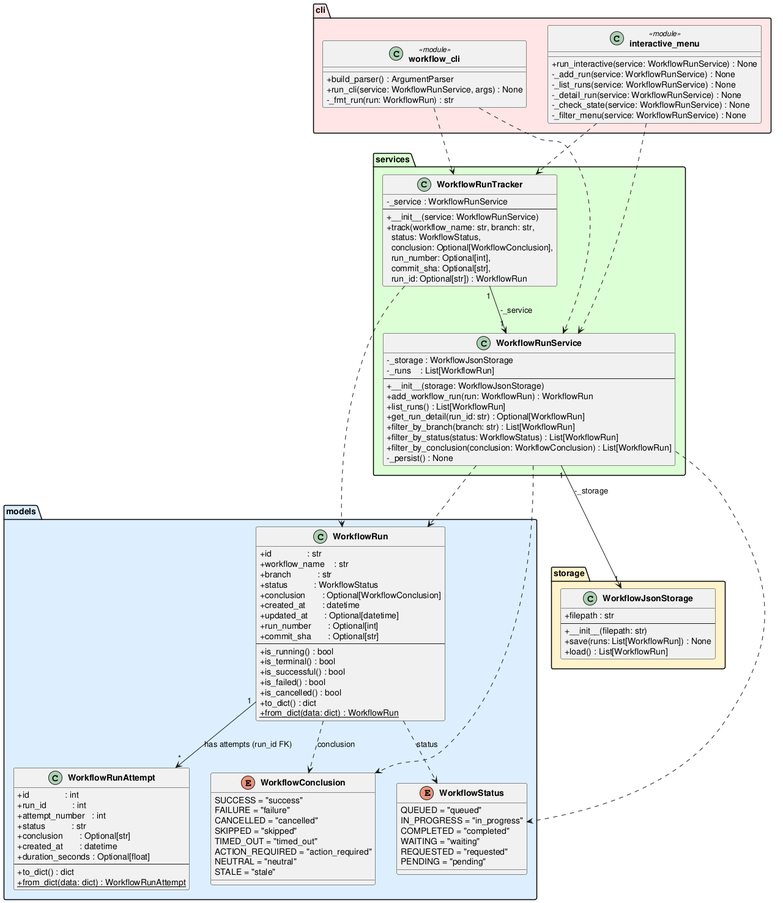
Before: experiments/broadcast/user_stories/github-workflow-manager/artifacts/class_diagram.png, a diagram exported from PlantUML (DanielRiha8906/Software_autoevolution_using_agents).
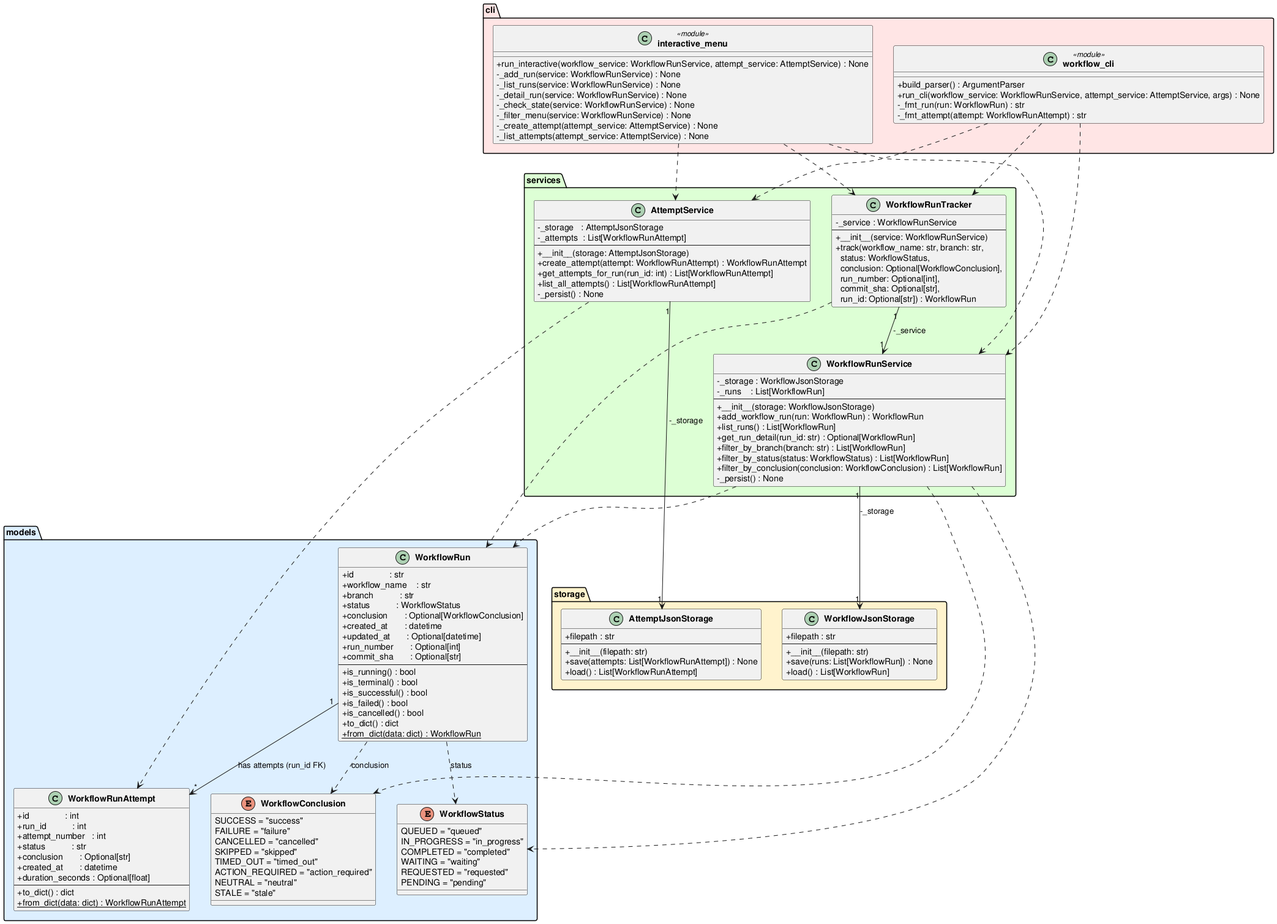
Later version of the same file.

The edit, as a diff of the source:
```diff
@@ -66,6 +66,14 @@
         +save(runs: List[WorkflowRun]) : None
         +load() : List[WorkflowRun]
     }
+
+    class AttemptJsonStorage {
+        +filepath : str
+        --
+        +__init__(filepath: str)
+        +save(attempts: List[WorkflowRunAttempt]) : None
+        +load() : List[WorkflowRunAttempt]
+    }
 }
 
 package "services" #DDFFD4 {
@@ -89,22 +97,36 @@
         +__init__(service: WorkflowRunService)
         +track(workflow_name: str, branch: str,\n  status: WorkflowStatus,\n  conclusion: Optional[WorkflowConclusion],\n  run_number: Optional[int],\n  commit_sha: Optional[str],\n  run_id: Optional[str]) : WorkflowRun
     }
+
+    class AttemptService {
+        -_storage   : AttemptJsonStorage
+        -_attempts  : List[WorkflowRunAttempt]
+        --
+        +__init__(storage: AttemptJsonStorage)
+        +create_attempt(attempt: WorkflowRunAttempt) : WorkflowRunAttempt
+        +get_attempts_for_run(run_id: int) : List[WorkflowRunAttempt]
+        +list_all_attempts() : List[WorkflowRunAttempt]
+        -_persist() : None
+    }
 }
 
 package "cli" #FFE5E5 {
     class "workflow_cli" <<module>> {
         +build_parser() : ArgumentParser
-        +run_cli(service: WorkflowRunService, args) : None
+        +run_cli(workflow_service: WorkflowRunService, attempt_service: AttemptService, args) : None
         -_fmt_run(run: WorkflowRun) : str
+        -_fmt_attempt(attempt: WorkflowRunAttempt) : str
     }
 
     class "interactive_menu" <<module>> {
-        +run_interactive(service: WorkflowRunService) : None
+        +run_interactive(workflow_service: WorkflowRunService, attempt_service: AttemptService) : None
         -_add_run(service: WorkflowRunService) : None
         -_list_runs(service: WorkflowRunService) : None
         -_detail_run(service: WorkflowRunService) : None
         -_check_state(service: WorkflowRunService) : None
         -_filter_menu(service: WorkflowRunService) : None
+        -_create_attempt(attempt_service: AttemptService) : None
+        -_list_attempts(attempt_service: AttemptService) : None
     }
 }
 
@@ -117,9 +139,13 @@
 WorkflowRunService         ..>  WorkflowConclusion
 WorkflowRunTracker    "1" --> "1" WorkflowRunService  : -_service
 WorkflowRunTracker         ..>  WorkflowRun
+AttemptService       "1" --> "1" AttemptJsonStorage   : -_storage
+AttemptService            ..>  WorkflowRunAttempt
 "workflow_cli"             ..>  WorkflowRunService
+"workflow_cli"             ..>  AttemptService
 "workflow_cli"             ..>  WorkflowRunTracker
 "interactive_menu"         ..>  WorkflowRunService
+"interactive_menu"         ..>  AttemptService
 "interactive_menu"         ..>  WorkflowRunTracker
 
 @enduml
```
